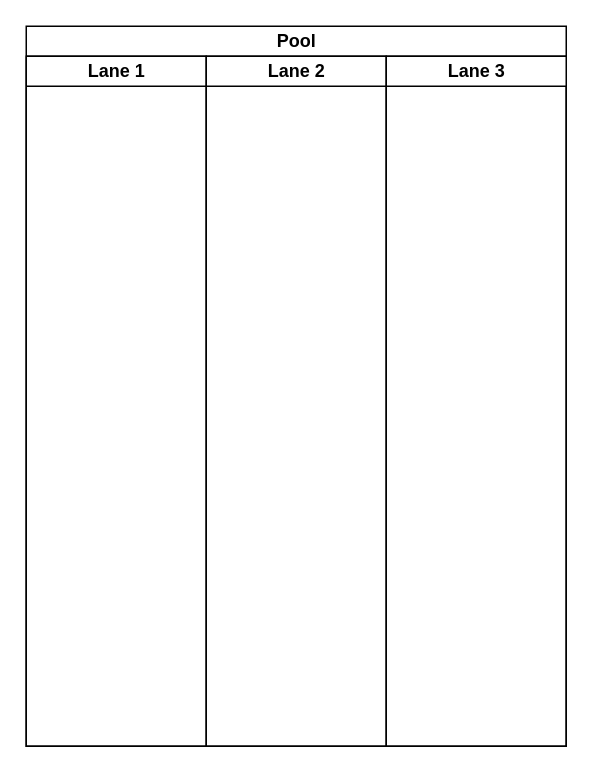
Above: page "第 1 页" (1 of 2) of dhp/DHP数据对象请求过程.drawio in wenhulove333/opendhp (draw.io), before the change. Source tidied: cells renumbered, new cells numbered last; positions are measured from the earlier drawing's top-left corner, leaving out a move shared by most shapes. Both pictures are drawn from the tidied source at 150%, with x=0, y=0 at pixel (26, 26).
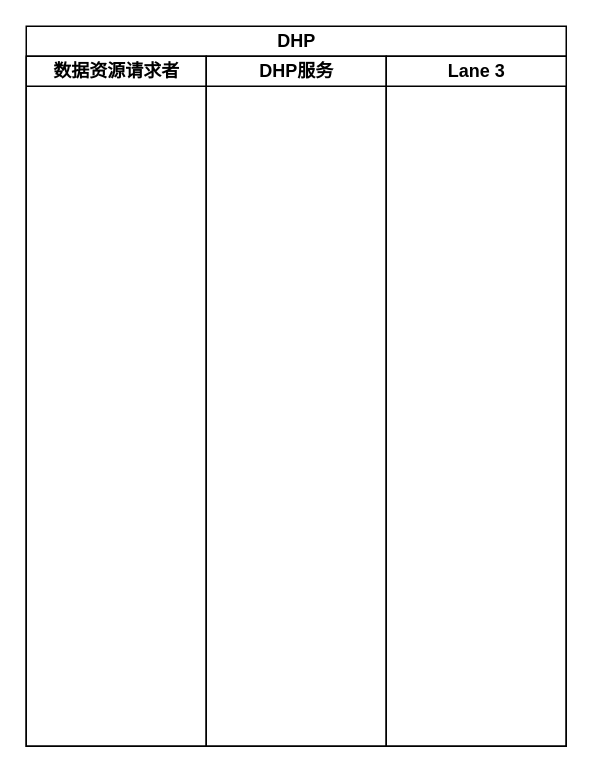
The same diagram, later.

Commit message (it also covers changes not shown here):
更新DHP数据对象请求过程.drawio

Diff of the diagram source:
```diff
@@
 <mxGraphModel>
   <root>
     <mxCell id="0" />
     <mxCell id="1" parent="0" />
-    <mxCell id="2" value="Pool" style="swimlane;startSize=20;html=1;" parent="1" vertex="1">
+    <mxCell id="2" value="DHP" style="swimlane;startSize=20;html=1;" parent="1" vertex="1">
       <mxGeometry width="360" height="480" as="geometry" />
     </mxCell>
-    <mxCell id="3" value="Lane 1" style="swimlane;startSize=20;html=1;" parent="2" vertex="1">
+    <mxCell id="3" value="数据资源请求者" style="swimlane;startSize=20;html=1;" parent="2" vertex="1">
       <mxGeometry y="20" width="120" height="460" as="geometry" />
     </mxCell>
-    <mxCell id="4" value="Lane 2" style="swimlane;startSize=20;html=1;" parent="2" vertex="1">
+    <mxCell id="4" value="DHP服务" style="swimlane;startSize=20;html=1;" parent="2" vertex="1">
       <mxGeometry x="120" y="20" width="120" height="460" as="geometry" />
     </mxCell>
     <mxCell id="5" value="Lane 3" style="swimlane;startSize=20;html=1;" parent="2" vertex="1">
       <mxGeometry x="240" y="20" width="120" height="460" as="geometry" />
     </mxCell>
   </root>
 </mxGraphModel>
```
